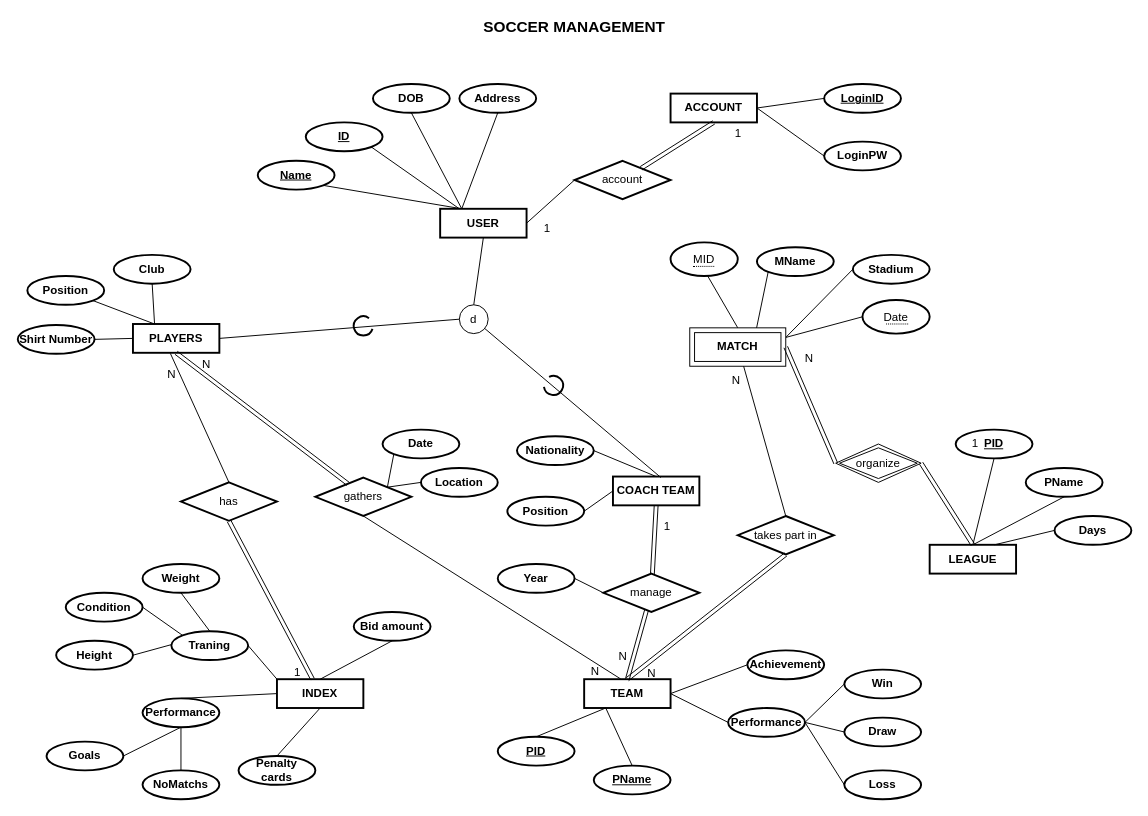
Earlier version of the draw.io diagram SoccerDatabase.drawio (kieuvantuyen01/testGit). Source tidied: cells renumbered, new cells numbered last; positions are measured from the earlier drawing's top-left corner, leaving out a move shared by most shapes. Both pictures are drawn from the tidied source at 96%, with x=0, y=0 at pixel (17, 16).
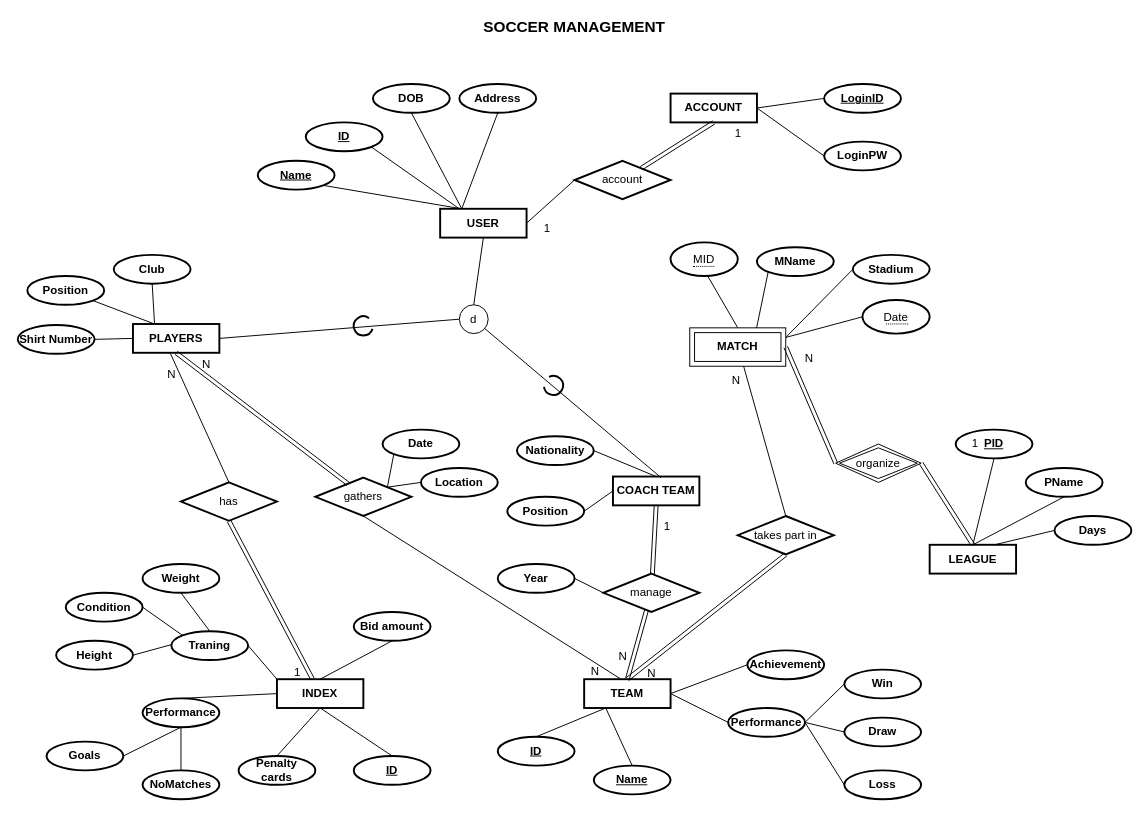
The same diagram, later.

Unchanged cells that the change refers to:
```xml
<mxCell id="4" value="INDEX" style="whiteSpace=wrap;html=1;align=center;fontStyle=1;strokeWidth=2;" parent="1" vertex="1">
  <mxGeometry x="270" y="690" width="90" height="30" as="geometry" />
</mxCell>
```

What changed in the source:
```diff
@@
-    <mxCell id="15" value="NoMatchs" style="ellipse;whiteSpace=wrap;html=1;align=center;strokeWidth=2;fontStyle=1;" parent="1" vertex="1">
+    <mxCell id="15" value="NoMatches" style="ellipse;whiteSpace=wrap;html=1;align=center;strokeWidth=2;fontStyle=1;" parent="1" vertex="1">
       <mxGeometry x="130" y="785" width="80" height="30" as="geometry" />
     </mxCell>
@@
-    <mxCell id="22" value="PID" style="ellipse;whiteSpace=wrap;html=1;align=center;strokeWidth=2;fontStyle=5;" parent="1" vertex="1">
+    <mxCell id="22" value="ID" style="ellipse;whiteSpace=wrap;html=1;align=center;strokeWidth=2;fontStyle=5;" parent="1" vertex="1">
       <mxGeometry x="500" y="750" width="80" height="30" as="geometry" />
     </mxCell>
-    <mxCell id="23" value="PName" style="ellipse;whiteSpace=wrap;html=1;align=center;strokeWidth=2;fontStyle=5;" parent="1" vertex="1">
+    <mxCell id="23" value="Name" style="ellipse;whiteSpace=wrap;html=1;align=center;strokeWidth=2;fontStyle=5;" parent="1" vertex="1">
       <mxGeometry x="600" y="780" width="80" height="30" as="geometry" />
     </mxCell>
@@
+    <mxCell id="121" value="ID" style="ellipse;whiteSpace=wrap;html=1;align=center;strokeWidth=2;fontStyle=5;" parent="1" vertex="1">
+      <mxGeometry x="350" y="770" width="80" height="30" as="geometry" />
+    </mxCell>
+    <mxCell id="122" style="endArrow=none;html=1;rounded=0;entryX=0.5;entryY=0;entryDx=0;entryDy=0;exitX=0.5;exitY=1;exitDx=0;exitDy=0;" parent="1" edge="1" source="4" target="121">
+      <mxGeometry relative="1" as="geometry" />
+    </mxCell>
```
